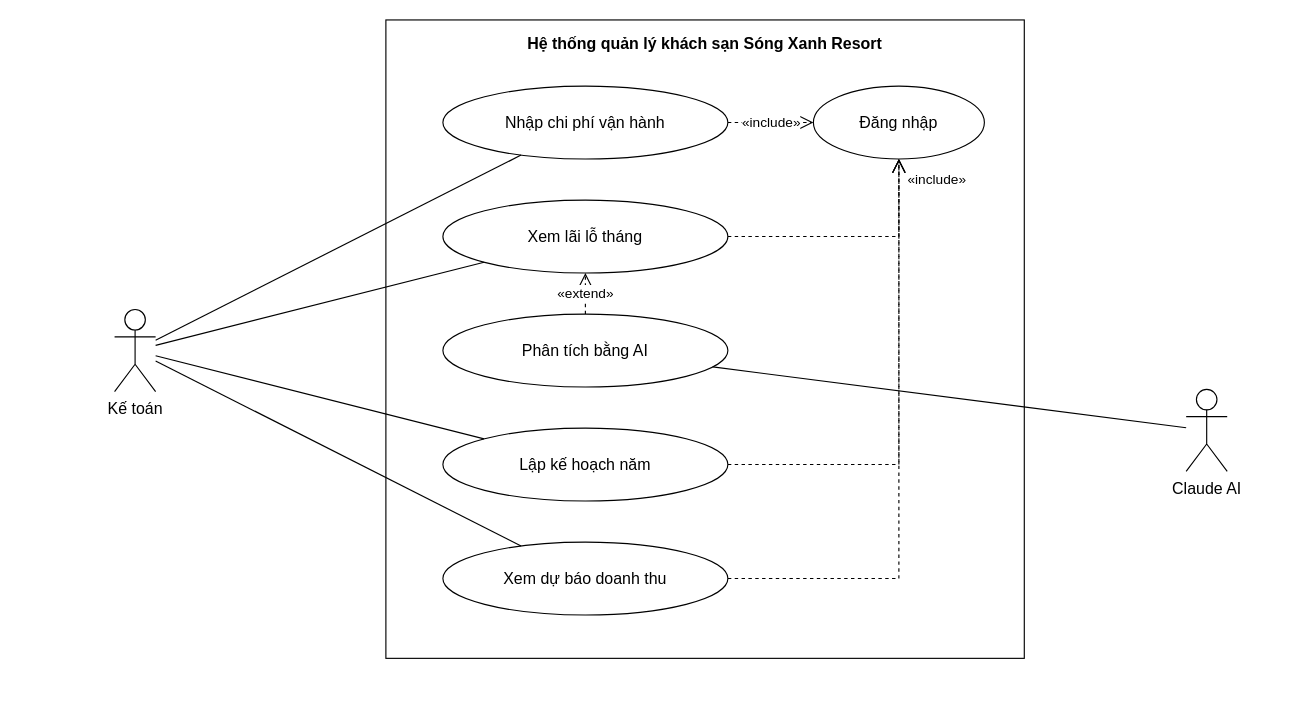
ngynquchn2511/beach-hotel keeps this draw.io diagram as docs/use-case/uc7-lai-lo-ai.drawio. Above is the earlier version. Source tidied: cells renumbered, new cells numbered last; positions are measured from the earlier drawing's top-left corner, leaving out a move shared by most shapes. Both pictures are drawn from the tidied source at 114%, with x=0, y=0 at pixel (114, 19).
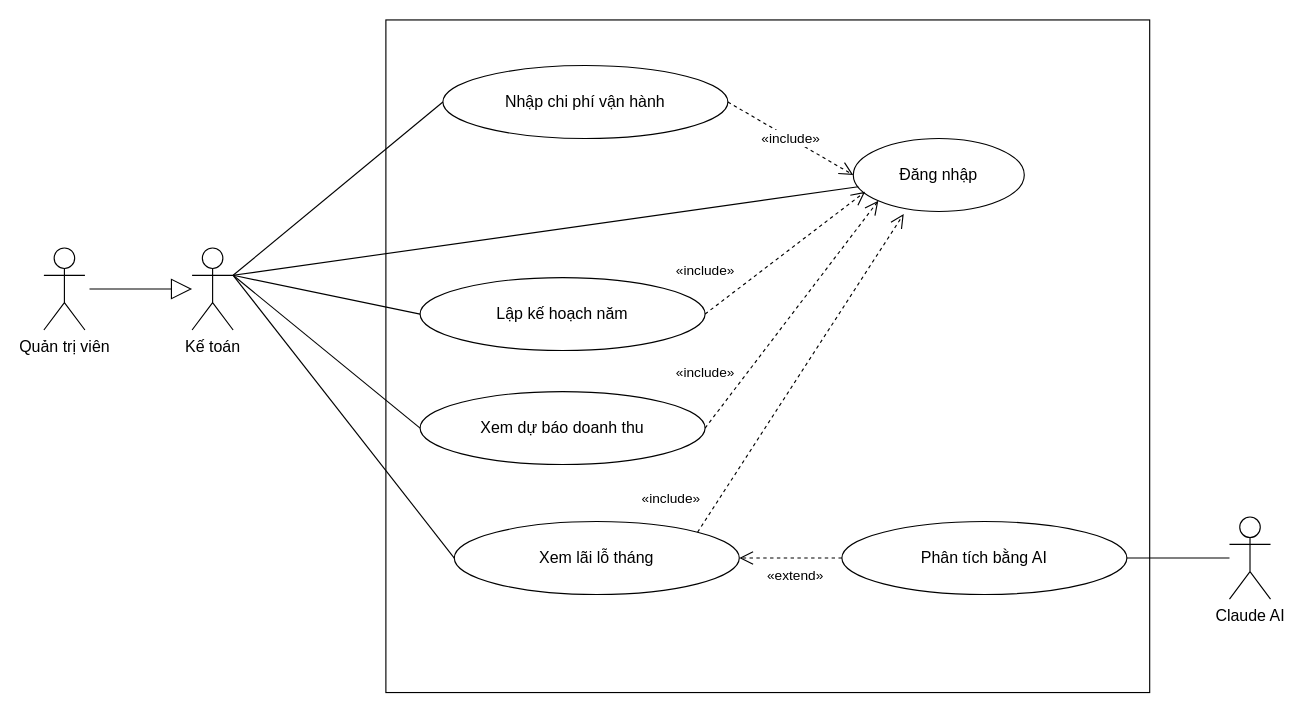
The same page after the edit.

Diff of the diagram source:
```diff
@@
-    <mxCell id="2" value="Hệ thống quản lý khách sạn Sóng Xanh Resort" style="fontFamily=Arial;fontColor=#000000;rounded=0;whiteSpace=wrap;html=1;verticalAlign=top;fontStyle=1;fontSize=14;fillColor=none;strokeColor=#000000;spacingTop=6;" parent="1" vertex="1">
-      <mxGeometry x="238" width="560" height="560" as="geometry" />
+    <mxCell id="2" style="fontFamily=Arial;fontColor=#000000;rounded=0;whiteSpace=wrap;html=1;verticalAlign=top;fontStyle=1;fontSize=14;fillColor=none;strokeColor=#000000;spacingTop=6;" parent="1" vertex="1">
+      <mxGeometry x="238" width="670" height="590" as="geometry" />
     </mxCell>
     <mxCell id="3" value="Nhập chi phí vận hành" style="fontFamily=Arial;fontColor=#000000;ellipse;whiteSpace=wrap;html=1;fillColor=#FFFFFF;strokeColor=#000000;fontSize=14;" parent="1" vertex="1">
-      <mxGeometry x="288" y="58" width="250" height="64" as="geometry" />
+      <mxGeometry x="288" y="40" width="250" height="64" as="geometry" />
     </mxCell>
     <mxCell id="4" value="Xem lãi lỗ tháng" style="fontFamily=Arial;fontColor=#000000;ellipse;whiteSpace=wrap;html=1;fillColor=#FFFFFF;strokeColor=#000000;fontSize=14;" parent="1" vertex="1">
-      <mxGeometry x="288" y="158" width="250" height="64" as="geometry" />
+      <mxGeometry x="298" y="440" width="250" height="64" as="geometry" />
     </mxCell>
     <mxCell id="5" value="Phân tích bằng AI" style="fontFamily=Arial;fontColor=#000000;ellipse;whiteSpace=wrap;html=1;fillColor=#FFFFFF;strokeColor=#000000;fontSize=14;" parent="1" vertex="1">
-      <mxGeometry x="288" y="258" width="250" height="64" as="geometry" />
+      <mxGeometry x="638" y="440" width="250" height="64" as="geometry" />
     </mxCell>
     <mxCell id="6" value="Lập kế hoạch năm" style="fontFamily=Arial;fontColor=#000000;ellipse;whiteSpace=wrap;html=1;fillColor=#FFFFFF;strokeColor=#000000;fontSize=14;" parent="1" vertex="1">
-      <mxGeometry x="288" y="358" width="250" height="64" as="geometry" />
+      <mxGeometry x="268" y="226" width="250" height="64" as="geometry" />
     </mxCell>
     <mxCell id="7" value="Xem dự báo doanh thu" style="fontFamily=Arial;fontColor=#000000;ellipse;whiteSpace=wrap;html=1;fillColor=#FFFFFF;strokeColor=#000000;fontSize=14;" parent="1" vertex="1">
-      <mxGeometry x="288" y="458" width="250" height="64" as="geometry" />
+      <mxGeometry x="268" y="326" width="250" height="64" as="geometry" />
     </mxCell>
     <mxCell id="8" value="Đăng nhập" style="fontFamily=Arial;fontColor=#000000;ellipse;whiteSpace=wrap;html=1;fillColor=#FFFFFF;strokeColor=#000000;fontSize=14;" parent="1" vertex="1">
-      <mxGeometry x="613" y="58" width="150" height="64" as="geometry" />
+      <mxGeometry x="648" y="104" width="150" height="64" as="geometry" />
     </mxCell>
@@
-    <mxCell id="10" style="fontFamily=Arial;fontColor=#000000;endArrow=open;endSize=10;dashed=1;html=1;strokeColor=#000000;rounded=0;fontSize=12;labelBackgroundColor=#FFFFFF;exitX=1;exitY=0.5;exitDx=0;exitDy=0;exitPerimeter=0;entryX=0.5;entryY=1;entryDx=0;entryDy=0;entryPerimeter=0;" parent="1" edge="1" source="4" target="8">
-      <mxGeometry relative="1" as="geometry">
-        <Array as="points">
-          <mxPoint x="688" y="190" />
-        </Array>
-      </mxGeometry>
-    </mxCell>
-    <mxCell id="11" style="fontFamily=Arial;fontColor=#000000;endArrow=open;endSize=10;dashed=1;html=1;strokeColor=#000000;rounded=0;fontSize=12;labelBackgroundColor=#FFFFFF;exitX=1;exitY=0.5;exitDx=0;exitDy=0;exitPerimeter=0;entryX=0.5;entryY=1;entryDx=0;entryDy=0;entryPerimeter=0;" parent="1" edge="1" source="6" target="8">
-      <mxGeometry relative="1" as="geometry">
-        <Array as="points">
-          <mxPoint x="688" y="390" />
-        </Array>
-      </mxGeometry>
-    </mxCell>
-    <mxCell id="12" style="fontFamily=Arial;fontColor=#000000;endArrow=open;endSize=10;dashed=1;html=1;strokeColor=#000000;rounded=0;fontSize=12;labelBackgroundColor=#FFFFFF;exitX=1;exitY=0.5;exitDx=0;exitDy=0;exitPerimeter=0;entryX=0.5;entryY=1;entryDx=0;entryDy=0;entryPerimeter=0;" parent="1" edge="1" source="7" target="8">
-      <mxGeometry relative="1" as="geometry">
-        <Array as="points">
-          <mxPoint x="688" y="490" />
-        </Array>
-      </mxGeometry>
-    </mxCell>
-    <mxCell id="13" value="«include»" style="fontFamily=Arial;fontColor=#000000;text;html=1;align=left;verticalAlign=middle;fontSize=12;strokeColor=none;fillColor=none;" parent="1" vertex="1">
-      <mxGeometry x="694" y="130" width="80" height="20" as="geometry" />
-    </mxCell>
     <mxCell id="14" value="Kế toán" style="fontFamily=Arial;fontColor=#000000;shape=umlActor;verticalLabelPosition=bottom;verticalAlign=top;html=1;outlineConnect=0;fillColor=#FFFFFF;strokeColor=#000000;fontSize=14;" parent="1" vertex="1">
-      <mxGeometry y="254" width="36" height="72" as="geometry" />
+      <mxGeometry x="68" y="200" width="36" height="72" as="geometry" />
     </mxCell>
     <mxCell id="15" value="Claude AI" style="fontFamily=Arial;fontColor=#000000;shape=umlActor;verticalLabelPosition=bottom;verticalAlign=top;html=1;outlineConnect=0;fillColor=#FFFFFF;strokeColor=#000000;fontSize=14;" parent="1" vertex="1">
-      <mxGeometry x="940" y="324" width="36" height="72" as="geometry" />
+      <mxGeometry x="978" y="436" width="36" height="72" as="geometry" />
     </mxCell>
-    <mxCell id="16" style="fontFamily=Arial;fontColor=#000000;endArrow=none;html=1;strokeColor=#000000;rounded=0;" parent="1" edge="1" source="14" target="3">
+    <mxCell id="16" style="fontFamily=Arial;fontColor=#000000;endArrow=none;html=1;strokeColor=#000000;rounded=0;entryX=0;entryY=0.5;entryDx=0;entryDy=0;exitX=1;exitY=0.3333333333333333;exitDx=0;exitDy=0;exitPerimeter=0;" parent="1" edge="1" source="14" target="3">
       <mxGeometry relative="1" as="geometry" />
     </mxCell>
-    <mxCell id="17" style="fontFamily=Arial;fontColor=#000000;endArrow=none;html=1;strokeColor=#000000;rounded=0;" parent="1" edge="1" source="14" target="4">
+    <mxCell id="17" style="fontFamily=Arial;fontColor=#000000;endArrow=none;html=1;strokeColor=#000000;rounded=0;entryX=0;entryY=0.5;entryDx=0;entryDy=0;exitX=1;exitY=0.3333333333333333;exitDx=0;exitDy=0;exitPerimeter=0;" parent="1" edge="1" source="14" target="4">
       <mxGeometry relative="1" as="geometry" />
     </mxCell>
-    <mxCell id="18" style="fontFamily=Arial;fontColor=#000000;endArrow=none;html=1;strokeColor=#000000;rounded=0;" parent="1" edge="1" source="14" target="6">
+    <mxCell id="18" style="fontFamily=Arial;fontColor=#000000;endArrow=none;html=1;strokeColor=#000000;rounded=0;entryX=0;entryY=0.5;entryDx=0;entryDy=0;exitX=1;exitY=0.3333333333333333;exitDx=0;exitDy=0;exitPerimeter=0;" parent="1" edge="1" source="14" target="6">
       <mxGeometry relative="1" as="geometry" />
     </mxCell>
-    <mxCell id="19" style="fontFamily=Arial;fontColor=#000000;endArrow=none;html=1;strokeColor=#000000;rounded=0;" parent="1" edge="1" source="14" target="7">
+    <mxCell id="19" style="fontFamily=Arial;fontColor=#000000;endArrow=none;html=1;strokeColor=#000000;rounded=0;entryX=0;entryY=0.5;entryDx=0;entryDy=0;exitX=1;exitY=0.3333333333333333;exitDx=0;exitDy=0;exitPerimeter=0;" parent="1" edge="1" source="14" target="7">
       <mxGeometry relative="1" as="geometry" />
     </mxCell>
-    <mxCell id="20" style="fontFamily=Arial;fontColor=#000000;endArrow=none;html=1;strokeColor=#000000;rounded=0;" parent="1" edge="1" source="15" target="5">
+    <mxCell id="20" style="fontFamily=Arial;fontColor=#000000;endArrow=none;html=1;strokeColor=#000000;rounded=0;entryX=1;entryY=0.5;entryDx=0;entryDy=0;" parent="1" edge="1" source="15" target="5">
       <mxGeometry relative="1" as="geometry" />
     </mxCell>
-    <mxCell id="21" value="«extend»" style="fontFamily=Arial;fontColor=#000000;endArrow=open;endSize=10;dashed=1;html=1;strokeColor=#000000;rounded=0;fontSize=12;labelBackgroundColor=#FFFFFF;exitX=0.5;exitY=0;exitDx=0;exitDy=0;exitPerimeter=0;entryX=0.5;entryY=1;entryDx=0;entryDy=0;entryPerimeter=0;" parent="1" edge="1" source="5" target="4">
-      <mxGeometry relative="1" as="geometry" />
+    <mxCell id="21" value="«extend»" style="fontFamily=Arial;fontColor=#000000;endArrow=open;endSize=10;dashed=1;html=1;strokeColor=#000000;rounded=0;fontSize=12;labelBackgroundColor=#FFFFFF;exitX=0;exitY=0.5;exitDx=0;exitDy=0;entryX=1;entryY=0.5;entryDx=0;entryDy=0;" parent="1" edge="1" source="5" target="4">
+      <mxGeometry x="-0.09" y="16" relative="1" as="geometry" />
     </mxCell>
+    <mxCell id="11" value="«include»" style="fontFamily=Arial;fontColor=#000000;endArrow=open;endSize=10;dashed=1;html=1;strokeColor=#000000;rounded=0;fontSize=12;labelBackgroundColor=#FFFFFF;exitX=1;exitY=0.5;exitDx=0;exitDy=0;entryX=0.069;entryY=0.731;entryDx=0;entryDy=0;entryPerimeter=0;" parent="1" edge="1" source="6" target="8">
+      <mxGeometry x="-0.74" y="30" relative="1" as="geometry" />
+    </mxCell>
+    <mxCell id="12" value="«include»" style="fontFamily=Arial;fontColor=#000000;endArrow=open;endSize=10;dashed=1;html=1;strokeColor=#000000;rounded=0;fontSize=12;labelBackgroundColor=#FFFFFF;exitX=1;exitY=0.5;exitDx=0;exitDy=0;entryX=0;entryY=1;entryDx=0;entryDy=0;" parent="1" edge="1" source="7" target="8">
+      <mxGeometry x="-0.7" y="29" relative="1" as="geometry" />
+    </mxCell>
+    <mxCell id="10" value="«include»" style="fontFamily=Arial;fontColor=#000000;endArrow=open;endSize=10;dashed=1;html=1;strokeColor=#000000;rounded=0;fontSize=12;labelBackgroundColor=#FFFFFF;exitX=1;exitY=0;exitDx=0;exitDy=0;entryX=0.295;entryY=1.034;entryDx=0;entryDy=0;entryPerimeter=0;" parent="1" edge="1" source="4" target="8">
+      <mxGeometry x="-0.93" y="36" relative="1" as="geometry" />
+    </mxCell>
+    <mxCell id="22" style="fontFamily=Arial;fontColor=#000000;endArrow=none;html=1;strokeColor=#000000;rounded=0;entryX=0.029;entryY=0.661;entryDx=0;entryDy=0;exitX=1;exitY=0.3333333333333333;exitDx=0;exitDy=0;exitPerimeter=0;entryPerimeter=0;" parent="1" edge="1" source="14" target="8">
+      <mxGeometry relative="1" as="geometry" />
+    </mxCell>
+    <mxCell id="23" value="Quản trị viên" style="fontFamily=Arial;fontColor=#000000;shape=umlActor;verticalLabelPosition=bottom;verticalAlign=top;html=1;fillColor=#FFFFFF;strokeColor=#000000;fontSize=14;" parent="1" vertex="1">
+      <mxGeometry x="-62" y="200" width="36" height="72" as="geometry" />
+    </mxCell>
+    <mxCell id="24" value="&amp;nbsp;" style="endArrow=block;endSize=16;endFill=0;html=1;rounded=0;" parent="1" edge="1" target="14">
+      <mxGeometry x="0.16" y="32" relative="1" as="geometry">
+        <mxPoint x="-22" y="236" as="sourcePoint" />
+        <mxPoint y="-1" as="offset" />
+      </mxGeometry>
+    </mxCell>
```
